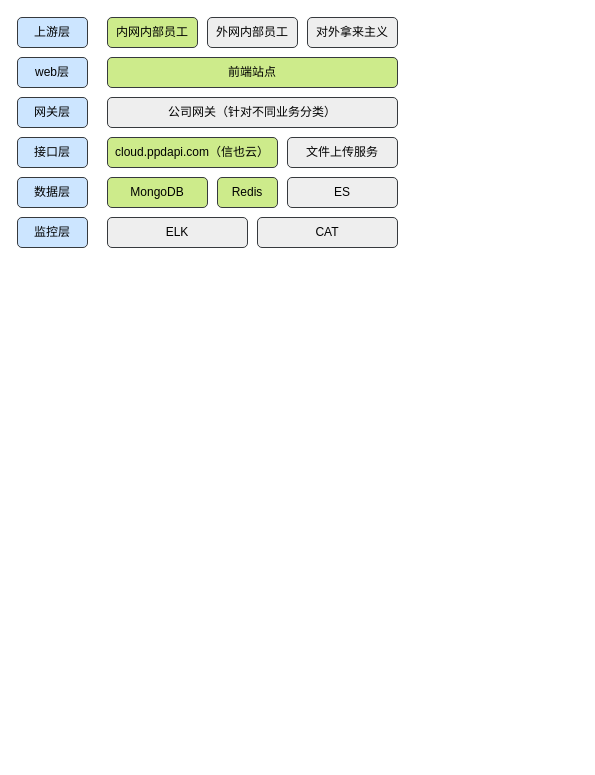
The draw.io diagram 信也云.drawio in yiwankb/spring-boot-demo, before the edit. Source tidied: cells renumbered, new cells numbered last; positions are measured from the earlier drawing's top-left corner, leaving out a move shared by most shapes. Both pictures are drawn from the tidied source at 100%, with x=0, y=0 at pixel (17, 17).
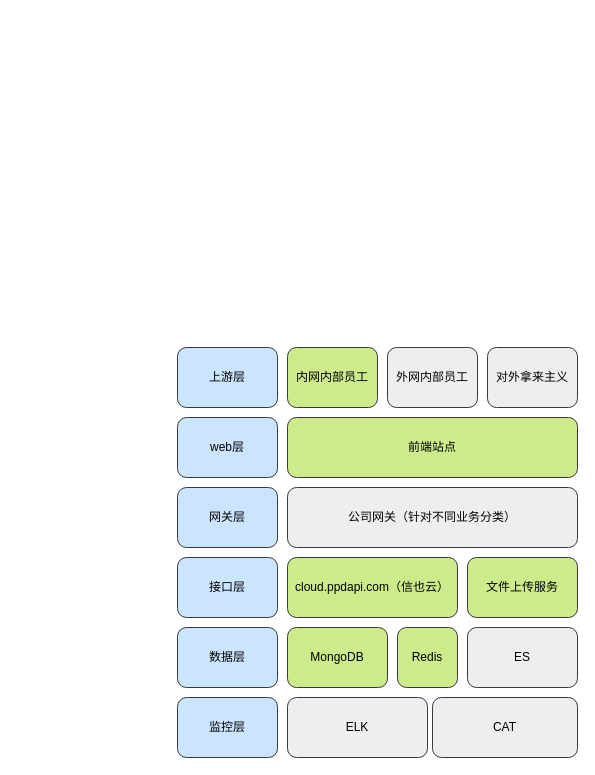
The same page after the edit.

What changed in the source:
```diff
@@
 <mxGraphModel>
   <root>
     <mxCell id="0" />
     <mxCell id="1" parent="0" />
     <mxCell id="2" value="前端站点" style="rounded=1;whiteSpace=wrap;html=1;fillColor=#cdeb8b;strokeColor=#36393d;" parent="1" vertex="1">
-      <mxGeometry x="90" y="40" width="290" height="30" as="geometry" />
+      <mxGeometry x="270" y="400" width="290" height="60" as="geometry" />
     </mxCell>
     <mxCell id="3" value="公司网关（针对不同业务分类）" style="rounded=1;whiteSpace=wrap;html=1;fillColor=#eeeeee;strokeColor=#36393d;" parent="1" vertex="1">
-      <mxGeometry x="90" y="80" width="290" height="30" as="geometry" />
+      <mxGeometry x="270" y="470" width="290" height="60" as="geometry" />
     </mxCell>
-    <mxCell id="4" value="web层" style="rounded=1;whiteSpace=wrap;html=1;fillColor=#cce5ff;strokeColor=#36393d;" parent="1" vertex="1">
-      <mxGeometry y="40" width="70" height="30" as="geometry" />
-    </mxCell>
-    <mxCell id="5" value="网关层" style="rounded=1;whiteSpace=wrap;html=1;fillColor=#cce5ff;strokeColor=#36393d;" parent="1" vertex="1">
-      <mxGeometry y="80" width="70" height="30" as="geometry" />
-    </mxCell>
-    <mxCell id="6" value="接口层" style="rounded=1;whiteSpace=wrap;html=1;fillColor=#cce5ff;strokeColor=#36393d;" parent="1" vertex="1">
-      <mxGeometry y="120" width="70" height="30" as="geometry" />
-    </mxCell>
     <mxCell id="7" value="cloud.ppdapi.com（信也云）" style="rounded=1;whiteSpace=wrap;html=1;fillColor=#cdeb8b;strokeColor=#36393d;" parent="1" vertex="1">
-      <mxGeometry x="90" y="120" width="170" height="30" as="geometry" />
+      <mxGeometry x="270" y="540" width="170" height="60" as="geometry" />
     </mxCell>
-    <mxCell id="8" value="文件上传服务" style="rounded=1;whiteSpace=wrap;html=1;fillColor=#eeeeee;strokeColor=#36393d;" parent="1" vertex="1">
-      <mxGeometry x="270" y="120" width="110" height="30" as="geometry" />
+    <mxCell id="8" value="文件上传服务" style="rounded=1;whiteSpace=wrap;html=1;fillColor=#cdeb8b;strokeColor=#36393d;" parent="1" vertex="1">
+      <mxGeometry x="450" y="540" width="110" height="60" as="geometry" />
     </mxCell>
-    <mxCell id="9" value="数据层" style="rounded=1;whiteSpace=wrap;html=1;fillColor=#cce5ff;strokeColor=#36393d;" parent="1" vertex="1">
-      <mxGeometry y="160" width="70" height="30" as="geometry" />
-    </mxCell>
-    <mxCell id="10" value="监控层" style="rounded=1;whiteSpace=wrap;html=1;fillColor=#cce5ff;strokeColor=#36393d;" parent="1" vertex="1">
-      <mxGeometry y="200" width="70" height="30" as="geometry" />
-    </mxCell>
     <mxCell id="11" value="MongoDB" style="rounded=1;whiteSpace=wrap;html=1;fillColor=#cdeb8b;strokeColor=#36393d;" parent="1" vertex="1">
-      <mxGeometry x="90" y="160" width="100" height="30" as="geometry" />
+      <mxGeometry x="270" y="610" width="100" height="60" as="geometry" />
     </mxCell>
     <mxCell id="12" value="Redis" style="rounded=1;whiteSpace=wrap;html=1;fillColor=#cdeb8b;strokeColor=#36393d;" parent="1" vertex="1">
-      <mxGeometry x="200" y="160" width="60" height="30" as="geometry" />
+      <mxGeometry x="380" y="610" width="60" height="60" as="geometry" />
     </mxCell>
     <mxCell id="13" value="ELK" style="rounded=1;whiteSpace=wrap;html=1;fillColor=#eeeeee;strokeColor=#36393d;" parent="1" vertex="1">
-      <mxGeometry x="90" y="200" width="140" height="30" as="geometry" />
+      <mxGeometry x="270" y="680" width="140" height="60" as="geometry" />
     </mxCell>
     <mxCell id="14" value="CAT" style="rounded=1;whiteSpace=wrap;html=1;fillColor=#eeeeee;strokeColor=#36393d;" parent="1" vertex="1">
-      <mxGeometry x="240" y="200" width="140" height="30" as="geometry" />
+      <mxGeometry x="415" y="680" width="145" height="60" as="geometry" />
     </mxCell>
     <mxCell id="15" value="内网内部员工" style="rounded=1;whiteSpace=wrap;html=1;fillColor=#cdeb8b;strokeColor=#36393d;" parent="1" vertex="1">
-      <mxGeometry x="90" width="90" height="30" as="geometry" />
+      <mxGeometry x="270" y="330" width="90" height="60" as="geometry" />
     </mxCell>
     <mxCell id="16" value="外网内部员工" style="rounded=1;whiteSpace=wrap;html=1;fillColor=#eeeeee;strokeColor=#36393d;" parent="1" vertex="1">
-      <mxGeometry x="190" width="90" height="30" as="geometry" />
+      <mxGeometry x="370" y="330" width="90" height="60" as="geometry" />
     </mxCell>
     <mxCell id="17" value="对外拿来主义" style="rounded=1;whiteSpace=wrap;html=1;fillColor=#eeeeee;strokeColor=#36393d;" parent="1" vertex="1">
-      <mxGeometry x="290" width="90" height="30" as="geometry" />
+      <mxGeometry x="470" y="330" width="90" height="60" as="geometry" />
     </mxCell>
     <mxCell id="18" value="上游层" style="rounded=1;whiteSpace=wrap;html=1;fillColor=#cce5ff;strokeColor=#36393d;" parent="1" vertex="1">
-      <mxGeometry width="70" height="30" as="geometry" />
+      <mxGeometry x="160" y="330" width="100" height="60" as="geometry" />
     </mxCell>
     <mxCell id="19" value="ES" style="rounded=1;whiteSpace=wrap;html=1;fillColor=#eeeeee;strokeColor=#36393d;" parent="1" vertex="1">
-      <mxGeometry x="270" y="160" width="110" height="30" as="geometry" />
+      <mxGeometry x="450" y="610" width="110" height="60" as="geometry" />
     </mxCell>
+    <mxCell id="4" value="web层" style="rounded=1;whiteSpace=wrap;html=1;fillColor=#cce5ff;strokeColor=#36393d;" parent="1" vertex="1">
+      <mxGeometry x="160" y="400" width="100" height="60" as="geometry" />
+    </mxCell>
+    <mxCell id="5" value="网关层" style="rounded=1;whiteSpace=wrap;html=1;fillColor=#cce5ff;strokeColor=#36393d;" parent="1" vertex="1">
+      <mxGeometry x="160" y="470" width="100" height="60" as="geometry" />
+    </mxCell>
+    <mxCell id="6" value="接口层" style="rounded=1;whiteSpace=wrap;html=1;fillColor=#cce5ff;strokeColor=#36393d;" parent="1" vertex="1">
+      <mxGeometry x="160" y="540" width="100" height="60" as="geometry" />
+    </mxCell>
+    <mxCell id="9" value="数据层" style="rounded=1;whiteSpace=wrap;html=1;fillColor=#cce5ff;strokeColor=#36393d;" parent="1" vertex="1">
+      <mxGeometry x="160" y="610" width="100" height="60" as="geometry" />
+    </mxCell>
+    <mxCell id="10" value="监控层" style="rounded=1;whiteSpace=wrap;html=1;fillColor=#cce5ff;strokeColor=#36393d;" parent="1" vertex="1">
+      <mxGeometry x="160" y="680" width="100" height="60" as="geometry" />
+    </mxCell>
   </root>
 </mxGraphModel>
```
